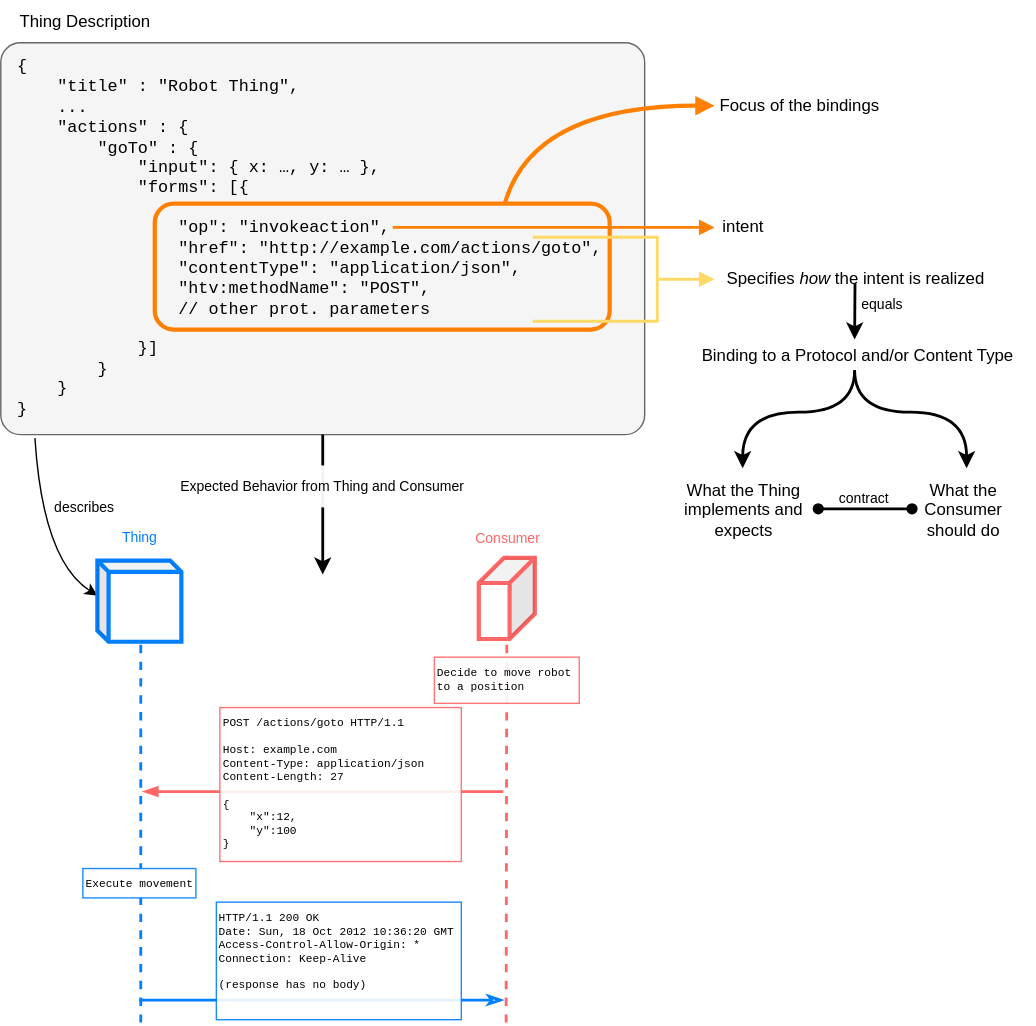
The draw.io diagram images/binding-mechanism.drawio.svg in w3c/wot-binding-templates, before a commit. Source tidied: cells renumbered, new cells last; positions are measured from the earlier drawing's top-left corner, leaving out a move shared by most shapes.
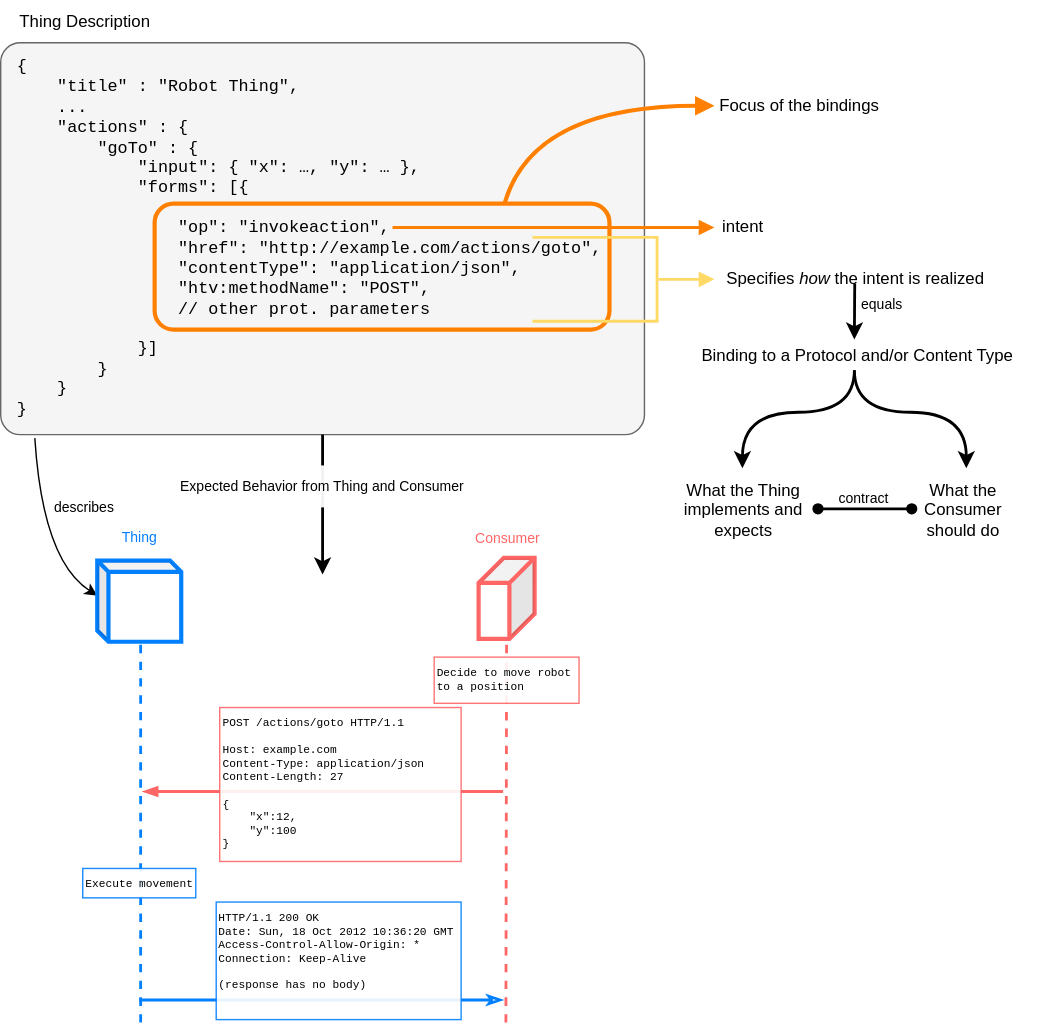
Later version of the same file.

What changed in the source:
```diff
@@ -5,7 +5,7 @@
     <mxCell id="2" style="rounded=1;whiteSpace=wrap;html=1;arcSize=5;fillColor=#f5f5f5;fontColor=#333333;strokeColor=#666666;" parent="1" vertex="1">
       <mxGeometry y="30" width="460" height="280" as="geometry" />
     </mxCell>
-    <mxCell id="3" value="&lt;div&gt;{&lt;/div&gt;&lt;div&gt;&amp;nbsp; &amp;nbsp; &quot;title&quot; : &quot;Robot Thing&quot;,&lt;br&gt;&lt;/div&gt;&lt;div&gt;&amp;nbsp; &amp;nbsp; ...&lt;/div&gt;&lt;div&gt;&amp;nbsp; &amp;nbsp; &quot;actions&quot; : {&lt;/div&gt;&lt;div&gt;&amp;nbsp; &amp;nbsp; &amp;nbsp; &amp;nbsp; &quot;goTo&quot; : {&lt;/div&gt;&lt;div&gt;&lt;span style=&quot;white-space: pre;&quot;&gt;&#9;&lt;/span&gt;&amp;nbsp; &amp;nbsp; &quot;input&quot;: { x: …, y: … },&lt;/div&gt;&lt;div&gt;&lt;span style=&quot;white-space: pre;&quot;&gt;&#9;&lt;/span&gt;&amp;nbsp; &amp;nbsp; &quot;forms&quot;: [{&lt;/div&gt;&lt;div&gt;&lt;br&gt;&lt;/div&gt;&lt;div&gt;&lt;span style=&quot;background-color: initial;&quot;&gt;&lt;span style=&quot;white-space: pre;&quot;&gt;&#9;&lt;/span&gt;&lt;span style=&quot;white-space: pre;&quot;&gt;&#9;&lt;/span&gt;&quot;op&quot;: &quot;invokeaction&quot;,&lt;/span&gt;&lt;/div&gt;&lt;div&gt;&lt;span style=&quot;background-color: initial;&quot;&gt;&lt;span style=&quot;white-space: pre;&quot;&gt;&#9;&lt;/span&gt;&lt;span style=&quot;white-space: pre;&quot;&gt;&#9;&lt;/span&gt;&quot;href&quot;: &quot;http://example.com/actions/goto&quot;,&lt;/span&gt;&lt;/div&gt;&lt;div&gt;&lt;span style=&quot;background-color: initial;&quot;&gt;&lt;span style=&quot;white-space: pre;&quot;&gt;&#9;&lt;/span&gt;&lt;span style=&quot;white-space: pre;&quot;&gt;&#9;&lt;/span&gt;&quot;contentType&quot;: &quot;application/json&quot;,&lt;/span&gt;&lt;/div&gt;&lt;div&gt;&lt;span style=&quot;background-color: initial;&quot;&gt;&lt;span style=&quot;white-space: pre;&quot;&gt;&#9;&lt;/span&gt;&lt;span style=&quot;white-space: pre;&quot;&gt;&#9;&lt;/span&gt;&quot;htv:methodName&quot;: &quot;POST&quot;,&lt;/span&gt;&lt;/div&gt;&lt;div&gt;&lt;span style=&quot;background-color: initial;&quot;&gt;&lt;span style=&quot;white-space: pre;&quot;&gt;&#9;&lt;/span&gt;&lt;span style=&quot;white-space: pre;&quot;&gt;&#9;&lt;/span&gt;// other prot. parameters&lt;/span&gt;&lt;/div&gt;&lt;div&gt;&lt;span style=&quot;background-color: initial;&quot;&gt;&lt;br&gt;&lt;/span&gt;&lt;/div&gt;&lt;div&gt;&lt;span style=&quot;white-space: pre;&quot;&gt;&#9;&amp;nbsp;&lt;/span&gt;&amp;nbsp; &amp;nbsp;}]&lt;/div&gt;&lt;div&gt;&lt;span style=&quot;white-space: pre;&quot;&gt;&#9;&lt;/span&gt;}&lt;/div&gt;&lt;div&gt;&amp;nbsp; &amp;nbsp; }&lt;/div&gt;&lt;div&gt;}&lt;/div&gt;" style="text;html=1;strokeColor=none;fillColor=none;align=left;verticalAlign=middle;whiteSpace=wrap;rounded=0;fontFamily=Courier New;" parent="1" vertex="1">
+    <mxCell id="3" value="&lt;div&gt;{&lt;/div&gt;&lt;div&gt;&amp;nbsp; &amp;nbsp; &quot;title&quot; : &quot;Robot Thing&quot;,&lt;br&gt;&lt;/div&gt;&lt;div&gt;&amp;nbsp; &amp;nbsp; ...&lt;/div&gt;&lt;div&gt;&amp;nbsp; &amp;nbsp; &quot;actions&quot; : {&lt;/div&gt;&lt;div&gt;&amp;nbsp; &amp;nbsp; &amp;nbsp; &amp;nbsp; &quot;goTo&quot; : {&lt;/div&gt;&lt;div&gt;&lt;span style=&quot;white-space: pre;&quot;&gt;&#9;&lt;/span&gt;&amp;nbsp; &amp;nbsp; &quot;input&quot;: { &quot;x&quot;: …, &quot;y&quot;: … },&lt;/div&gt;&lt;div&gt;&lt;span style=&quot;white-space: pre;&quot;&gt;&#9;&lt;/span&gt;&amp;nbsp; &amp;nbsp; &quot;forms&quot;: [{&lt;/div&gt;&lt;div&gt;&lt;br&gt;&lt;/div&gt;&lt;div&gt;&lt;span style=&quot;background-color: initial;&quot;&gt;&lt;span style=&quot;white-space: pre;&quot;&gt;&#9;&lt;/span&gt;&lt;span style=&quot;white-space: pre;&quot;&gt;&#9;&lt;/span&gt;&quot;op&quot;: &quot;invokeaction&quot;,&lt;/span&gt;&lt;/div&gt;&lt;div&gt;&lt;span style=&quot;background-color: initial;&quot;&gt;&lt;span style=&quot;white-space: pre;&quot;&gt;&#9;&lt;/span&gt;&lt;span style=&quot;white-space: pre;&quot;&gt;&#9;&lt;/span&gt;&quot;href&quot;: &quot;http://example.com/actions/goto&quot;,&lt;/span&gt;&lt;/div&gt;&lt;div&gt;&lt;span style=&quot;background-color: initial;&quot;&gt;&lt;span style=&quot;white-space: pre;&quot;&gt;&#9;&lt;/span&gt;&lt;span style=&quot;white-space: pre;&quot;&gt;&#9;&lt;/span&gt;&quot;contentType&quot;: &quot;application/json&quot;,&lt;/span&gt;&lt;/div&gt;&lt;div&gt;&lt;span style=&quot;background-color: initial;&quot;&gt;&lt;span style=&quot;white-space: pre;&quot;&gt;&#9;&lt;/span&gt;&lt;span style=&quot;white-space: pre;&quot;&gt;&#9;&lt;/span&gt;&quot;htv:methodName&quot;: &quot;POST&quot;,&lt;/span&gt;&lt;/div&gt;&lt;div&gt;&lt;span style=&quot;background-color: initial;&quot;&gt;&lt;span style=&quot;white-space: pre;&quot;&gt;&#9;&lt;/span&gt;&lt;span style=&quot;white-space: pre;&quot;&gt;&#9;&lt;/span&gt;// other prot. parameters&lt;/span&gt;&lt;/div&gt;&lt;div&gt;&lt;span style=&quot;background-color: initial;&quot;&gt;&lt;br&gt;&lt;/span&gt;&lt;/div&gt;&lt;div&gt;&lt;span style=&quot;white-space: pre;&quot;&gt;&#9;&amp;nbsp;&lt;/span&gt;&amp;nbsp; &amp;nbsp;}]&lt;/div&gt;&lt;div&gt;&lt;span style=&quot;white-space: pre;&quot;&gt;&#9;&lt;/span&gt;}&lt;/div&gt;&lt;div&gt;&amp;nbsp; &amp;nbsp; }&lt;/div&gt;&lt;div&gt;}&lt;/div&gt;" style="text;html=1;strokeColor=none;fillColor=none;align=left;verticalAlign=middle;whiteSpace=wrap;rounded=0;fontFamily=Courier New;" parent="1" vertex="1">
       <mxGeometry x="10" y="60" width="525" height="220" as="geometry" />
     </mxCell>
     <mxCell id="4" value="Thing Description" style="text;html=1;align=center;verticalAlign=middle;strokeColor=none;fillColor=none;" parent="1" vertex="1">
```
